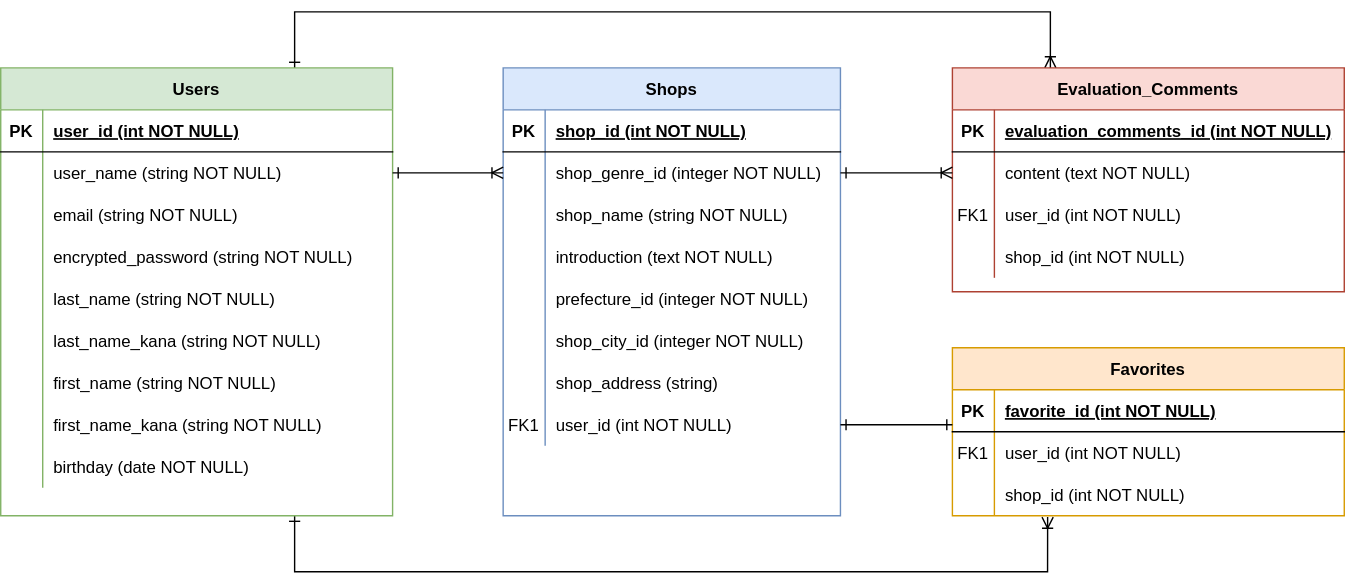
Before: osakawalker_er.drawio.svg, a diagram exported from draw.io (hso-sue/osakawalker). Source tidied: cells renumbered, new cells last; positions are measured from the earlier drawing's top-left corner, leaving out a move shared by most shapes.
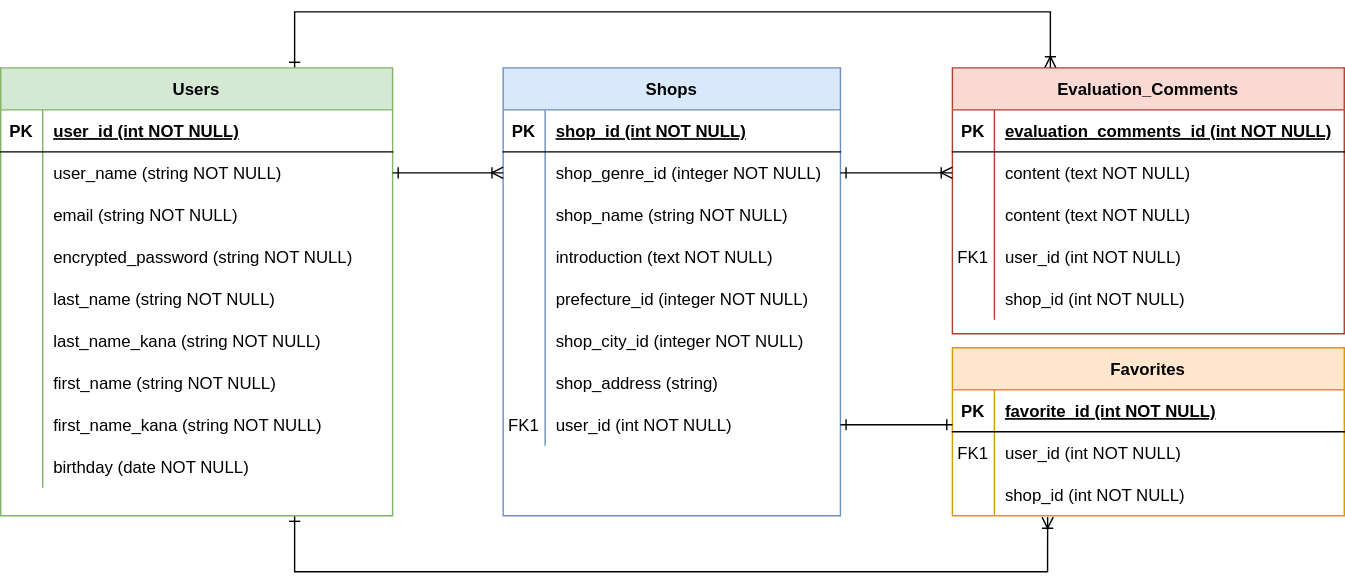
Above is the later version.

The edit, as a diff of the source:
```diff
@@ -208,7 +208,7 @@
       <mxGeometry x="30" width="250" height="30" as="geometry" />
     </mxCell>
     <mxCell id="67" value="Evaluation_Comments" style="shape=table;startSize=30;rowLines=0;fontStyle=1;align=center;fillColor=#fad9d5;strokeColor=#ae4132;fontColor=#000000;" parent="1" vertex="1">
-      <mxGeometry x="680" y="40" width="280" height="160" as="geometry" />
+      <mxGeometry x="680" y="40" width="280" height="190" as="geometry" />
     </mxCell>
     <mxCell id="68" style="shape=partialRectangle;fillColor=none;top=0;left=0;right=0;bottom=1;" parent="67" vertex="1">
       <mxGeometry y="30" width="280" height="30" as="geometry" />
@@ -228,8 +228,17 @@
     <mxCell id="73" value="content (text NOT NULL)" style="shape=partialRectangle;overflow=hidden;fillColor=none;top=0;left=0;bottom=0;right=0;align=left;spacingLeft=6;" parent="71" vertex="1">
       <mxGeometry x="30" width="250" height="30" as="geometry" />
     </mxCell>
+    <mxCell id="83" style="shape=partialRectangle;fillColor=none;top=0;left=0;right=0;bottom=0;" parent="67" vertex="1">
+      <mxGeometry y="90" width="280" height="30" as="geometry" />
+    </mxCell>
+    <mxCell id="84" style="shape=partialRectangle;overflow=hidden;fillColor=none;top=0;left=0;bottom=0;right=0;" parent="83" vertex="1">
+      <mxGeometry width="30" height="30" as="geometry" />
+    </mxCell>
+    <mxCell id="85" value="content (text NOT NULL)" style="shape=partialRectangle;overflow=hidden;fillColor=none;top=0;left=0;bottom=0;right=0;align=left;spacingLeft=6;" parent="83" vertex="1">
+      <mxGeometry x="30" width="250" height="30" as="geometry" />
+    </mxCell>
     <mxCell id="74" style="shape=partialRectangle;fillColor=none;top=0;left=0;right=0;bottom=0;" parent="67" vertex="1">
-      <mxGeometry y="90" width="280" height="30" as="geometry" />
+      <mxGeometry y="120" width="280" height="30" as="geometry" />
     </mxCell>
     <mxCell id="75" value="FK1" style="shape=partialRectangle;overflow=hidden;fillColor=none;top=0;left=0;bottom=0;right=0;" parent="74" vertex="1">
       <mxGeometry width="30" height="30" as="geometry" />
@@ -238,7 +247,7 @@
       <mxGeometry x="30" width="250" height="30" as="geometry" />
     </mxCell>
     <mxCell id="77" style="shape=partialRectangle;fillColor=none;top=0;left=0;right=0;bottom=0;" parent="67" vertex="1">
-      <mxGeometry y="120" width="280" height="30" as="geometry" />
+      <mxGeometry y="150" width="280" height="30" as="geometry" />
     </mxCell>
     <mxCell id="78" style="shape=partialRectangle;overflow=hidden;fillColor=none;top=0;left=0;bottom=0;right=0;" parent="77" vertex="1">
       <mxGeometry width="30" height="30" as="geometry" />
```
